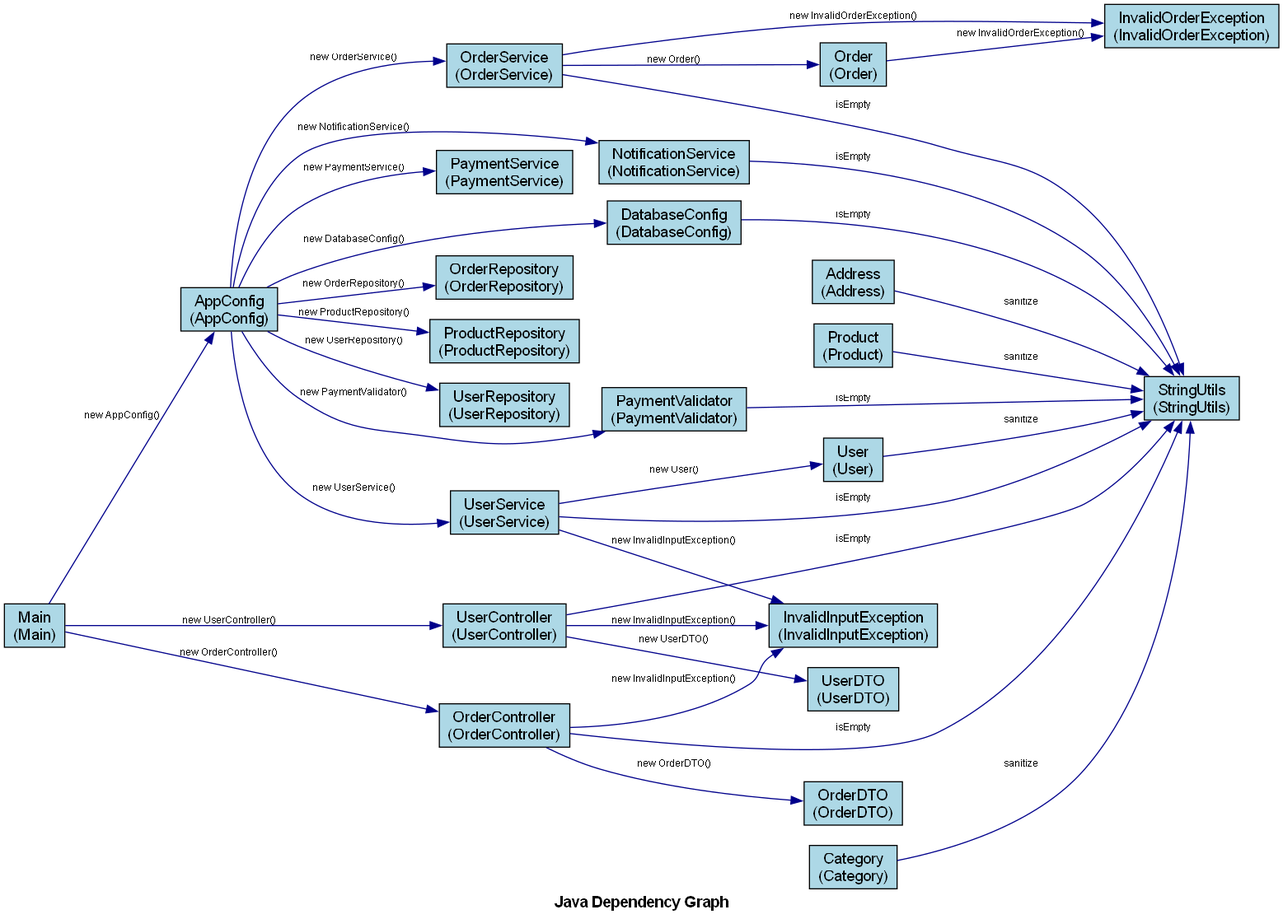
The Graphviz diagram dependencies.png in tudao164/DependGraphForJava2, before a commit. Its source is kept beside it as dependencies.dot. Source of this version:
```dot
digraph JavaDependencies {
    rankdir=LR;
    node [shape=box, style=filled, fillcolor=lightblue, fontname="Arial"];
    edge [fontname="Arial", fontsize=9, color=darkblue];
    graph [fontname="Arial Bold", fontsize=14, label="Java Dependency Graph"];

    "UserRepository" [label="UserRepository\n(UserRepository)", URL="javascript:showNodeInfo('UserRepository')", fillcolor="lightblue"];
    "StringUtils" [label="StringUtils\n(StringUtils)", URL="javascript:showNodeInfo('StringUtils')", fillcolor="lightblue"];
    "UserService" [label="UserService\n(UserService)", URL="javascript:showNodeInfo('UserService')", fillcolor="lightblue"];
    "PaymentService" [label="PaymentService\n(PaymentService)", URL="javascript:showNodeInfo('PaymentService')", fillcolor="lightblue"];
    "NotificationService" [label="NotificationService\n(NotificationService)", URL="javascript:showNodeInfo('NotificationService')", fillcolor="lightblue"];
    "OrderService" [label="OrderService\n(OrderService)", URL="javascript:showNodeInfo('OrderService')", fillcolor="lightblue"];
    "DatabaseConfig" [label="DatabaseConfig\n(DatabaseConfig)", URL="javascript:showNodeInfo('DatabaseConfig')", fillcolor="lightblue"];
    "OrderRepository" [label="OrderRepository\n(OrderRepository)", URL="javascript:showNodeInfo('OrderRepository')", fillcolor="lightblue"];
    "OrderController" [label="OrderController\n(OrderController)", URL="javascript:showNodeInfo('OrderController')", fillcolor="lightblue"];
    "PaymentValidator" [label="PaymentValidator\n(PaymentValidator)", URL="javascript:showNodeInfo('PaymentValidator')", fillcolor="lightblue"];
    "Order" [label="Order\n(Order)", URL="javascript:showNodeInfo('Order')", fillcolor="lightblue"];
    "AppConfig" [label="AppConfig\n(AppConfig)", URL="javascript:showNodeInfo('AppConfig')", fillcolor="lightblue"];
    "Category" [label="Category\n(Category)", URL="javascript:showNodeInfo('Category')", fillcolor="lightblue"];
    "OrderDTO" [label="OrderDTO\n(OrderDTO)", URL="javascript:showNodeInfo('OrderDTO')", fillcolor="lightblue"];
    "InvalidInputException" [label="InvalidInputException\n(InvalidInputException)", URL="javascript:showNodeInfo('InvalidInputException')", fillcolor="lightblue"];
    "Product" [label="Product\n(Product)", URL="javascript:showNodeInfo('Product')", fillcolor="lightblue"];
    "UserDTO" [label="UserDTO\n(UserDTO)", URL="javascript:showNodeInfo('UserDTO')", fillcolor="lightblue"];
    "UserController" [label="UserController\n(UserController)", URL="javascript:showNodeInfo('UserController')", fillcolor="lightblue"];
    "Address" [label="Address\n(Address)", URL="javascript:showNodeInfo('Address')", fillcolor="lightblue"];
    "ProductRepository" [label="ProductRepository\n(ProductRepository)", URL="javascript:showNodeInfo('ProductRepository')", fillcolor="lightblue"];
    "InvalidOrderException" [label="InvalidOrderException\n(InvalidOrderException)", URL="javascript:showNodeInfo('InvalidOrderException')", fillcolor="lightblue"];
    "Main" [label="Main\n(Main)", URL="javascript:showNodeInfo('Main')", fillcolor="lightblue"];
    "User" [label="User\n(User)", URL="javascript:showNodeInfo('User')", fillcolor="lightblue"];

    "Main" -> "AppConfig" [label="new AppConfig()", URL="javascript:showEdgeInfo('Main', 'AppConfig')"];
    "Main" -> "UserController" [label="new UserController()", URL="javascript:showEdgeInfo('Main', 'UserController')"];
    "Main" -> "OrderController" [label="new OrderController()", URL="javascript:showEdgeInfo('Main', 'OrderController')"];
    "OrderController" -> "StringUtils" [label="isEmpty", URL="javascript:showEdgeInfo('OrderController', 'StringUtils')"];
    "OrderController" -> "InvalidInputException" [label="new InvalidInputException()", URL="javascript:showEdgeInfo('OrderController', 'InvalidInputException')"];
    "OrderController" -> "OrderDTO" [label="new OrderDTO()", URL="javascript:showEdgeInfo('OrderController', 'OrderDTO')"];
    "UserController" -> "StringUtils" [label="isEmpty", URL="javascript:showEdgeInfo('UserController', 'StringUtils')"];
    "UserController" -> "InvalidInputException" [label="new InvalidInputException()", URL="javascript:showEdgeInfo('UserController', 'InvalidInputException')"];
    "UserController" -> "UserDTO" [label="new UserDTO()", URL="javascript:showEdgeInfo('UserController', 'UserDTO')"];
    "Address" -> "StringUtils" [label="sanitize", URL="javascript:showEdgeInfo('Address', 'StringUtils')"];
    "Category" -> "StringUtils" [label="sanitize", URL="javascript:showEdgeInfo('Category', 'StringUtils')"];
    "Order" -> "InvalidOrderException" [label="new InvalidOrderException()", URL="javascript:showEdgeInfo('Order', 'InvalidOrderException')"];
    "Product" -> "StringUtils" [label="sanitize", URL="javascript:showEdgeInfo('Product', 'StringUtils')"];
    "User" -> "StringUtils" [label="sanitize", URL="javascript:showEdgeInfo('User', 'StringUtils')"];
    "NotificationService" -> "StringUtils" [label="isEmpty", URL="javascript:showEdgeInfo('NotificationService', 'StringUtils')"];
    "OrderService" -> "StringUtils" [label="isEmpty", URL="javascript:showEdgeInfo('OrderService', 'StringUtils')"];
    "OrderService" -> "InvalidOrderException" [label="new InvalidOrderException()", URL="javascript:showEdgeInfo('OrderService', 'InvalidOrderException')"];
    "OrderService" -> "Order" [label="new Order()", URL="javascript:showEdgeInfo('OrderService', 'Order')"];
    "UserService" -> "StringUtils" [label="isEmpty", URL="javascript:showEdgeInfo('UserService', 'StringUtils')"];
    "UserService" -> "InvalidInputException" [label="new InvalidInputException()", URL="javascript:showEdgeInfo('UserService', 'InvalidInputException')"];
    "UserService" -> "User" [label="new User()", URL="javascript:showEdgeInfo('UserService', 'User')"];
    "AppConfig" -> "DatabaseConfig" [label="new DatabaseConfig()", URL="javascript:showEdgeInfo('AppConfig', 'DatabaseConfig')"];
    "AppConfig" -> "UserRepository" [label="new UserRepository()", URL="javascript:showEdgeInfo('AppConfig', 'UserRepository')"];
    "AppConfig" -> "OrderRepository" [label="new OrderRepository()", URL="javascript:showEdgeInfo('AppConfig', 'OrderRepository')"];
    "AppConfig" -> "ProductRepository" [label="new ProductRepository()", URL="javascript:showEdgeInfo('AppConfig', 'ProductRepository')"];
    "AppConfig" -> "NotificationService" [label="new NotificationService()", URL="javascript:showEdgeInfo('AppConfig', 'NotificationService')"];
    "AppConfig" -> "PaymentService" [label="new PaymentService()", URL="javascript:showEdgeInfo('AppConfig', 'PaymentService')"];
    "AppConfig" -> "PaymentValidator" [label="new PaymentValidator()", URL="javascript:showEdgeInfo('AppConfig', 'PaymentValidator')"];
    "AppConfig" -> "UserService" [label="new UserService()", URL="javascript:showEdgeInfo('AppConfig', 'UserService')"];
    "AppConfig" -> "OrderService" [label="new OrderService()", URL="javascript:showEdgeInfo('AppConfig', 'OrderService')"];
    "DatabaseConfig" -> "StringUtils" [label="isEmpty", URL="javascript:showEdgeInfo('DatabaseConfig', 'StringUtils')"];
    "PaymentValidator" -> "StringUtils" [label="isEmpty", URL="javascript:showEdgeInfo('PaymentValidator', 'StringUtils')"];
}
```
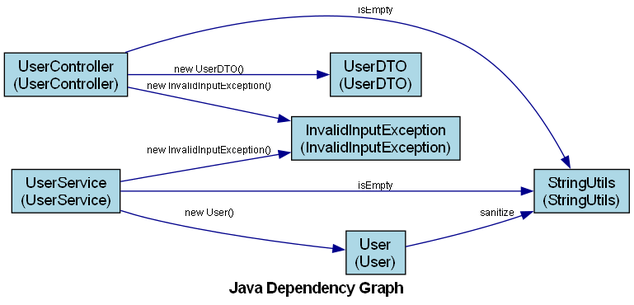
After the change.

Diff of the diagram source:
```diff
@@ -4,60 +4,18 @@
     edge [fontname="Arial", fontsize=9, color=darkblue];
     graph [fontname="Arial Bold", fontsize=14, label="Java Dependency Graph"];
 
-    "UserRepository" [label="UserRepository\n(UserRepository)", URL="javascript:showNodeInfo('UserRepository')", fillcolor="lightblue"];
+    "UserController" [label="UserController\n(UserController)", URL="javascript:showNodeInfo('UserController')", fillcolor="lightblue"];
+    "UserService" [label="UserService\n(UserService)", URL="javascript:showNodeInfo('UserService')", fillcolor="lightblue"];
+    "InvalidInputException" [label="InvalidInputException\n(InvalidInputException)", URL="javascript:showNodeInfo('InvalidInputException')", fillcolor="lightblue"];
     "StringUtils" [label="StringUtils\n(StringUtils)", URL="javascript:showNodeInfo('StringUtils')", fillcolor="lightblue"];
-    "UserService" [label="UserService\n(UserService)", URL="javascript:showNodeInfo('UserService')", fillcolor="lightblue"];
-    "PaymentService" [label="PaymentService\n(PaymentService)", URL="javascript:showNodeInfo('PaymentService')", fillcolor="lightblue"];
-    "NotificationService" [label="NotificationService\n(NotificationService)", URL="javascript:showNodeInfo('NotificationService')", fillcolor="lightblue"];
-    "OrderService" [label="OrderService\n(OrderService)", URL="javascript:showNodeInfo('OrderService')", fillcolor="lightblue"];
-    "DatabaseConfig" [label="DatabaseConfig\n(DatabaseConfig)", URL="javascript:showNodeInfo('DatabaseConfig')", fillcolor="lightblue"];
-    "OrderRepository" [label="OrderRepository\n(OrderRepository)", URL="javascript:showNodeInfo('OrderRepository')", fillcolor="lightblue"];
-    "OrderController" [label="OrderController\n(OrderController)", URL="javascript:showNodeInfo('OrderController')", fillcolor="lightblue"];
-    "PaymentValidator" [label="PaymentValidator\n(PaymentValidator)", URL="javascript:showNodeInfo('PaymentValidator')", fillcolor="lightblue"];
-    "Order" [label="Order\n(Order)", URL="javascript:showNodeInfo('Order')", fillcolor="lightblue"];
-    "AppConfig" [label="AppConfig\n(AppConfig)", URL="javascript:showNodeInfo('AppConfig')", fillcolor="lightblue"];
-    "Category" [label="Category\n(Category)", URL="javascript:showNodeInfo('Category')", fillcolor="lightblue"];
-    "OrderDTO" [label="OrderDTO\n(OrderDTO)", URL="javascript:showNodeInfo('OrderDTO')", fillcolor="lightblue"];
-    "InvalidInputException" [label="InvalidInputException\n(InvalidInputException)", URL="javascript:showNodeInfo('InvalidInputException')", fillcolor="lightblue"];
-    "Product" [label="Product\n(Product)", URL="javascript:showNodeInfo('Product')", fillcolor="lightblue"];
+    "User" [label="User\n(User)", URL="javascript:showNodeInfo('User')", fillcolor="lightblue"];
     "UserDTO" [label="UserDTO\n(UserDTO)", URL="javascript:showNodeInfo('UserDTO')", fillcolor="lightblue"];
-    "UserController" [label="UserController\n(UserController)", URL="javascript:showNodeInfo('UserController')", fillcolor="lightblue"];
-    "Address" [label="Address\n(Address)", URL="javascript:showNodeInfo('Address')", fillcolor="lightblue"];
-    "ProductRepository" [label="ProductRepository\n(ProductRepository)", URL="javascript:showNodeInfo('ProductRepository')", fillcolor="lightblue"];
-    "InvalidOrderException" [label="InvalidOrderException\n(InvalidOrderException)", URL="javascript:showNodeInfo('InvalidOrderException')", fillcolor="lightblue"];
-    "Main" [label="Main\n(Main)", URL="javascript:showNodeInfo('Main')", fillcolor="lightblue"];
-    "User" [label="User\n(User)", URL="javascript:showNodeInfo('User')", fillcolor="lightblue"];
 
-    "Main" -> "AppConfig" [label="new AppConfig()", URL="javascript:showEdgeInfo('Main', 'AppConfig')"];
-    "Main" -> "UserController" [label="new UserController()", URL="javascript:showEdgeInfo('Main', 'UserController')"];
-    "Main" -> "OrderController" [label="new OrderController()", URL="javascript:showEdgeInfo('Main', 'OrderController')"];
-    "OrderController" -> "StringUtils" [label="isEmpty", URL="javascript:showEdgeInfo('OrderController', 'StringUtils')"];
-    "OrderController" -> "InvalidInputException" [label="new InvalidInputException()", URL="javascript:showEdgeInfo('OrderController', 'InvalidInputException')"];
-    "OrderController" -> "OrderDTO" [label="new OrderDTO()", URL="javascript:showEdgeInfo('OrderController', 'OrderDTO')"];
     "UserController" -> "StringUtils" [label="isEmpty", URL="javascript:showEdgeInfo('UserController', 'StringUtils')"];
     "UserController" -> "InvalidInputException" [label="new InvalidInputException()", URL="javascript:showEdgeInfo('UserController', 'InvalidInputException')"];
     "UserController" -> "UserDTO" [label="new UserDTO()", URL="javascript:showEdgeInfo('UserController', 'UserDTO')"];
-    "Address" -> "StringUtils" [label="sanitize", URL="javascript:showEdgeInfo('Address', 'StringUtils')"];
-    "Category" -> "StringUtils" [label="sanitize", URL="javascript:showEdgeInfo('Category', 'StringUtils')"];
-    "Order" -> "InvalidOrderException" [label="new InvalidOrderException()", URL="javascript:showEdgeInfo('Order', 'InvalidOrderException')"];
-    "Product" -> "StringUtils" [label="sanitize", URL="javascript:showEdgeInfo('Product', 'StringUtils')"];
     "User" -> "StringUtils" [label="sanitize", URL="javascript:showEdgeInfo('User', 'StringUtils')"];
-    "NotificationService" -> "StringUtils" [label="isEmpty", URL="javascript:showEdgeInfo('NotificationService', 'StringUtils')"];
-    "OrderService" -> "StringUtils" [label="isEmpty", URL="javascript:showEdgeInfo('OrderService', 'StringUtils')"];
-    "OrderService" -> "InvalidOrderException" [label="new InvalidOrderException()", URL="javascript:showEdgeInfo('OrderService', 'InvalidOrderException')"];
-    "OrderService" -> "Order" [label="new Order()", URL="javascript:showEdgeInfo('OrderService', 'Order')"];
     "UserService" -> "StringUtils" [label="isEmpty", URL="javascript:showEdgeInfo('UserService', 'StringUtils')"];
     "UserService" -> "InvalidInputException" [label="new InvalidInputException()", URL="javascript:showEdgeInfo('UserService', 'InvalidInputException')"];
     "UserService" -> "User" [label="new User()", URL="javascript:showEdgeInfo('UserService', 'User')"];
-    "AppConfig" -> "DatabaseConfig" [label="new DatabaseConfig()", URL="javascript:showEdgeInfo('AppConfig', 'DatabaseConfig')"];
-    "AppConfig" -> "UserRepository" [label="new UserRepository()", URL="javascript:showEdgeInfo('AppConfig', 'UserRepository')"];
-    "AppConfig" -> "OrderRepository" [label="new OrderRepository()", URL="javascript:showEdgeInfo('AppConfig', 'OrderRepository')"];
-    "AppConfig" -> "ProductRepository" [label="new ProductRepository()", URL="javascript:showEdgeInfo('AppConfig', 'ProductRepository')"];
-    "AppConfig" -> "NotificationService" [label="new NotificationService()", URL="javascript:showEdgeInfo('AppConfig', 'NotificationService')"];
-    "AppConfig" -> "PaymentService" [label="new PaymentService()", URL="javascript:showEdgeInfo('AppConfig', 'PaymentService')"];
-    "AppConfig" -> "PaymentValidator" [label="new PaymentValidator()", URL="javascript:showEdgeInfo('AppConfig', 'PaymentValidator')"];
-    "AppConfig" -> "UserService" [label="new UserService()", URL="javascript:showEdgeInfo('AppConfig', 'UserService')"];
-    "AppConfig" -> "OrderService" [label="new OrderService()", URL="javascript:showEdgeInfo('AppConfig', 'OrderService')"];
-    "DatabaseConfig" -> "StringUtils" [label="isEmpty", URL="javascript:showEdgeInfo('DatabaseConfig', 'StringUtils')"];
-    "PaymentValidator" -> "StringUtils" [label="isEmpty", URL="javascript:showEdgeInfo('PaymentValidator', 'StringUtils')"];
 }
```
